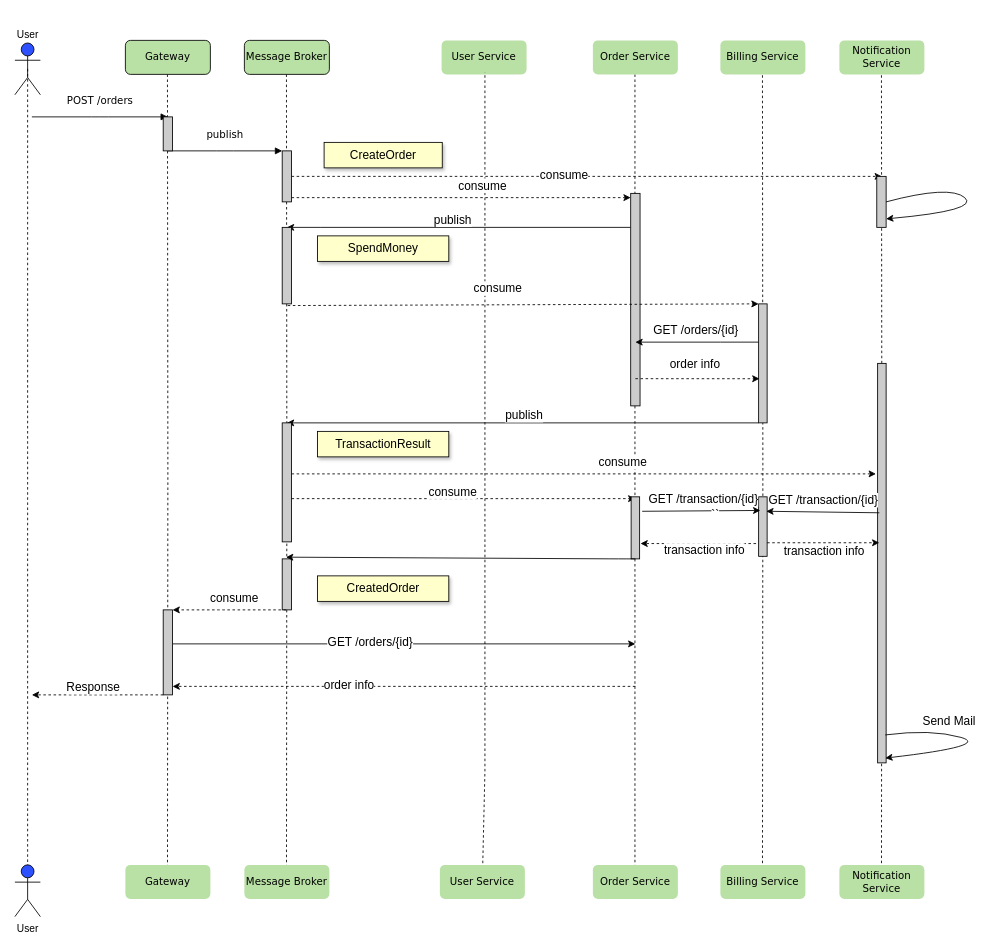
The draw.io diagram page "CreateOrder" (2 of 3) of lab6StreamProcessing/api-spec/event-notifications/EventNotifications.drawio in ezotovCarX/zotov-otus-lab, before the edit. Source tidied: cells renumbered, new cells numbered last; positions are measured from the earlier drawing's top-left corner, leaving out a move shared by most shapes. Both pictures are drawn from the tidied source at 85%, with x=0, y=0 at pixel (14, 14).
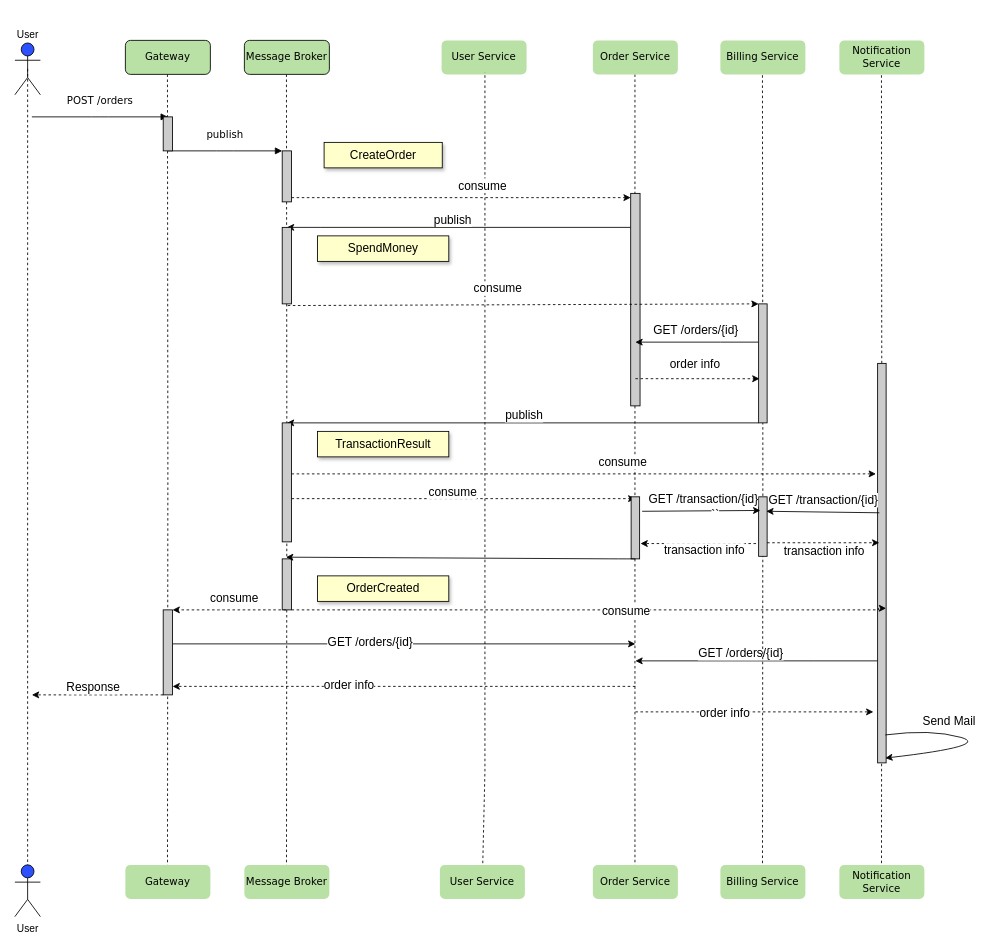
The same diagram, later.

The change refers to these unchanged cells:
```xml
<mxCell id="7" style="html=1;points=[];perimeter=orthogonalPerimeter;rounded=0;shadow=0;comic=0;labelBackgroundColor=none;strokeWidth=1;fontFamily=Verdana;fontSize=12;align=center;fillColor=#CCCCCC;" parent="1" vertex="1">
  <mxGeometry x="1015" y="410" width="10" height="470" as="geometry" />
</mxCell>
<mxCell id="27" style="html=1;points=[];perimeter=orthogonalPerimeter;rounded=0;shadow=0;comic=0;labelBackgroundColor=none;strokeWidth=1;fontFamily=Verdana;fontSize=12;align=center;fillColor=#CCCCCC;" parent="1" vertex="1">
  <mxGeometry x="314.5" y="160" width="11" height="60" as="geometry" />
</mxCell>
<mxCell id="58" style="html=1;points=[];perimeter=orthogonalPerimeter;rounded=0;shadow=0;comic=0;labelBackgroundColor=none;strokeWidth=1;fontFamily=Verdana;fontSize=12;align=center;fillColor=#CCCCCC;" parent="1" vertex="1">
  <mxGeometry x="314.5" y="640" width="11" height="60" as="geometry" />
</mxCell>
```

Change to the diagram source:
```diff
@@
+    <mxCell id="81" style="edgeStyle=orthogonalEdgeStyle;rounded=0;jettySize=auto;html=1;fontSize=14;" parent="1" edge="1" source="7">
+      <mxGeometry relative="1" as="geometry">
+        <mxPoint x="730" y="760" as="targetPoint" />
+        <Array as="points">
+          <mxPoint x="940" y="760" />
+          <mxPoint x="940" y="760" />
+        </Array>
+      </mxGeometry>
+    </mxCell>
+    <mxCell id="82" value="GET /orders/{id}" style="edgeLabel;html=1;align=center;verticalAlign=middle;fontSize=14;" parent="81" vertex="1">
+      <mxGeometry x="0.14" relative="1" as="geometry">
+        <mxPoint y="-10" as="offset" />
+      </mxGeometry>
+    </mxCell>
@@
-    <mxCell id="25" style="edgeStyle=orthogonalEdgeStyle;rounded=0;jettySize=auto;html=1;dashed=1;fontSize=14;startArrow=none;startFill=0;endArrow=classic;endFill=1;" parent="1" edge="1" source="27">
-      <mxGeometry relative="1" as="geometry">
-        <mxPoint x="1020" y="190" as="targetPoint" />
-      </mxGeometry>
-    </mxCell>
-    <mxCell id="26" value="consume" style="edgeLabel;html=1;align=center;verticalAlign=middle;fontSize=14;" parent="25" vertex="1">
-      <mxGeometry x="-0.08" y="3" relative="1" as="geometry" />
-    </mxCell>
@@
-    <mxCell id="57" value="CreatedOrder" style="rounded=0;whiteSpace=wrap;html=1;shadow=1;fontSize=14;strokeColor=#000000;fillColor=#FFFFCC;" parent="1" vertex="1">
+    <mxCell id="57" value="OrderCreated" style="rounded=0;whiteSpace=wrap;html=1;shadow=1;fontSize=14;strokeColor=#000000;fillColor=#FFFFCC;" parent="1" vertex="1">
       <mxGeometry x="356" y="660" width="154.5" height="30" as="geometry" />
     </mxCell>
+    <mxCell id="83" style="edgeStyle=orthogonalEdgeStyle;rounded=0;jettySize=auto;html=1;entryX=1;entryY=0.613;entryDx=0;entryDy=0;entryPerimeter=0;dashed=1;" parent="1" edge="1" source="58" target="7">
+      <mxGeometry relative="1" as="geometry">
+        <Array as="points">
+          <mxPoint x="1016" y="700" />
+          <mxPoint x="1016" y="698" />
+        </Array>
+      </mxGeometry>
+    </mxCell>
+    <mxCell id="26" value="consume" style="edgeLabel;html=1;align=center;verticalAlign=middle;fontSize=14;" parent="83" vertex="1">
+      <mxGeometry x="0.12" relative="1" as="geometry" />
+    </mxCell>
@@
-    <mxCell id="79" style="html=1;perimeter=orthogonalPerimeter;rounded=0;shadow=0;comic=0;labelBackgroundColor=none;strokeWidth=1;fontFamily=Verdana;fontSize=12;align=center;fillColor=#CCCCCC;" parent="1" vertex="1">
-      <mxGeometry x="1014" y="190" width="11" height="60" as="geometry" />
-    </mxCell>
-    <mxCell id="80" style="curved=1;endArrow=classic;html=1;fontSize=14;" parent="1" edge="1">
-      <mxGeometry relative="1" as="geometry">
-        <mxPoint x="1025" y="220" as="sourcePoint" />
-        <mxPoint x="1025" y="240" as="targetPoint" />
-        <Array as="points">
-          <mxPoint x="1100" y="200" />
-          <mxPoint x="1135" y="230" />
-        </Array>
-      </mxGeometry>
-    </mxCell>
+    <mxCell id="84" style="endArrow=classic;dashed=1;html=1;fontSize=14;endFill=1;" parent="1" edge="1">
+      <mxGeometry relative="1" as="geometry">
+        <mxPoint x="730" y="820" as="sourcePoint" />
+        <mxPoint x="1010" y="820" as="targetPoint" />
+      </mxGeometry>
+    </mxCell>
+    <mxCell id="85" value="order info" style="edgeLabel;html=1;align=center;verticalAlign=middle;fontSize=14;" parent="84" vertex="1">
+      <mxGeometry x="-0.26" relative="1" as="geometry" />
+    </mxCell>
```
